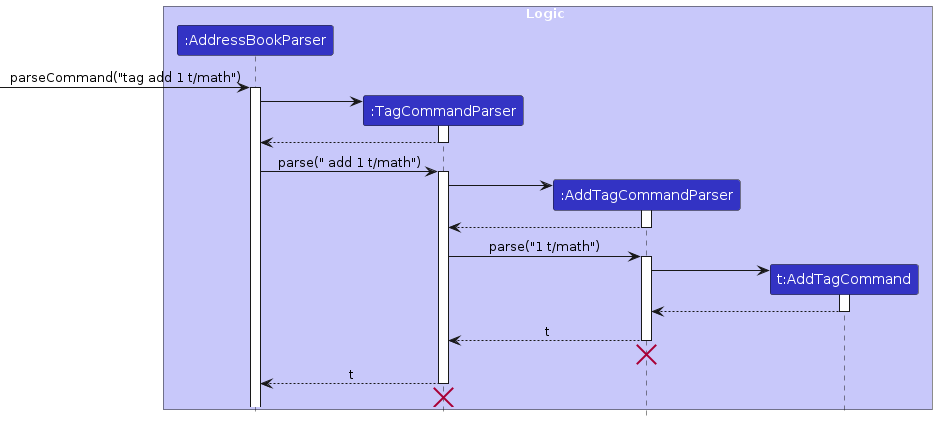
shana-nadia/tp keeps this PlantUML diagram as docs/images/TagAddSubcommandSequenceDiagram.png. Above is the earlier version. Its diagram source:
```plantuml
@startuml TagAddSubcommandSequenceDiagram
!include style.puml
skinparam ArrowFontStyle plain

box Logic LOGIC_COLOR_T1
participant ":AddressBookParser" as AddressBookParser LOGIC_COLOR
participant ":TagCommandParser" as TagCommandParser LOGIC_COLOR
participant ":AddTagCommandParser" as AddTagCommandParser LOGIC_COLOR
participant "t:AddTagCommand" as AddTagCommand LOGIC_COLOR
end box

[-> AddressBookParser : parseCommand("tag add 1 t/math")
activate AddressBookParser

create TagCommandParser
AddressBookParser -> TagCommandParser
activate TagCommandParser

TagCommandParser --> AddressBookParser
deactivate TagCommandParser

AddressBookParser -> TagCommandParser : parse(" add 1 t/math")
activate TagCommandParser

create AddTagCommandParser
TagCommandParser -> AddTagCommandParser
activate AddTagCommandParser

AddTagCommandParser --> TagCommandParser
deactivate AddTagCommandParser

TagCommandParser -> AddTagCommandParser : parse("1 t/math")
activate AddTagCommandParser

create AddTagCommand
AddTagCommandParser -> AddTagCommand
activate AddTagCommand

AddTagCommand --> AddTagCommandParser
deactivate AddTagCommand

AddTagCommandParser --> TagCommandParser : t
deactivate AddTagCommandParser
AddTagCommandParser -[hidden]-> TagCommandParser
destroy AddTagCommandParser

TagCommandParser --> AddressBookParser : t
deactivate TagCommandParser
TagCommandParser -[hidden]-> AddressBookParser
destroy TagCommandParser

@enduml
```
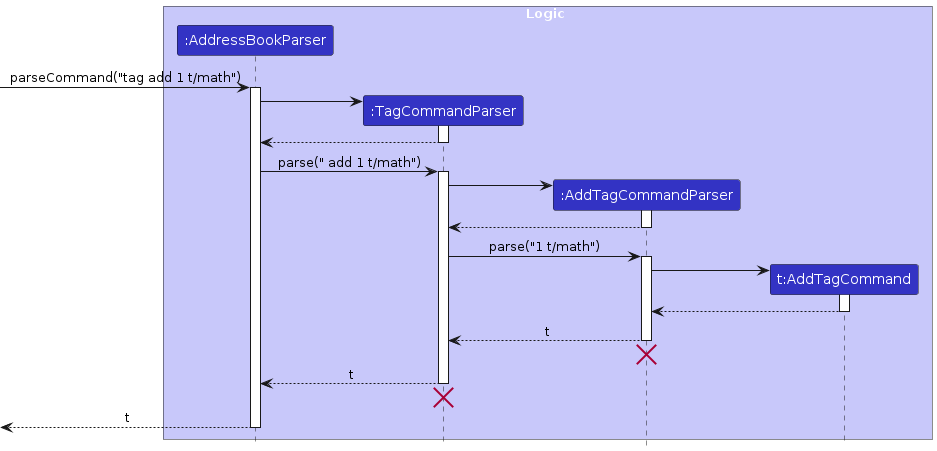
Above is the later version.

Commit message:
Update UML Diagram

Change to the diagram source:
```diff
@@ -49,4 +49,7 @@
 TagCommandParser -[hidden]-> AddressBookParser
 destroy TagCommandParser
 
+[<-- AddressBookParser : t
+deactivate AddressBookParser
+
 @enduml
```
